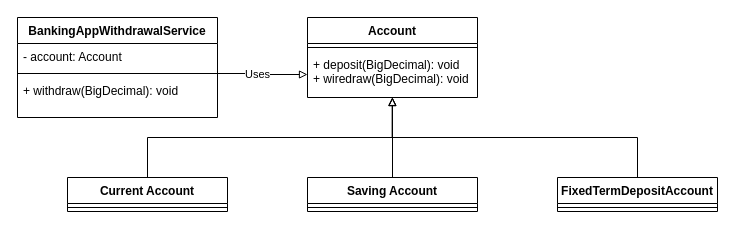
Before: page "LSP - before 2" (6 of 7) of diagrams/solid-diagrams.drawio in mauriciogeneroso/solid-principles, a draw.io diagram. Source tidied: cells renumbered, new cells numbered last; positions are measured from the earlier drawing's top-left corner, leaving out a move shared by most shapes. Both pictures are drawn from the tidied source at 100%, with x=0, y=0 at pixel (17, 17).
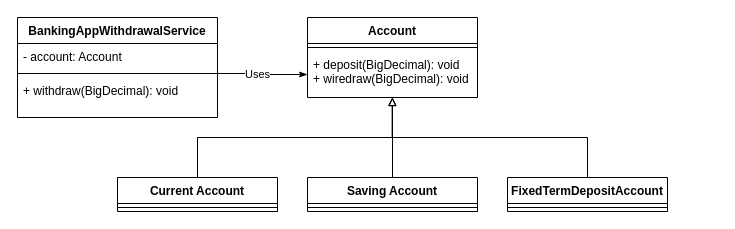
After the change.

The change refers to these unchanged cells:
```xml
<mxCell id="4" value="+ deposit(BigDecimal): void&#10;+ wiredraw(BigDecimal): void" style="text;strokeColor=none;fillColor=none;align=left;verticalAlign=top;spacingLeft=4;spacingRight=4;overflow=hidden;points=[[0,0.5],[1,0.5]];portConstraint=eastwest;" parent="2" vertex="1">
  <mxGeometry y="34" width="170" height="46" as="geometry" />
</mxCell>
<mxCell id="13" style="line;strokeWidth=1;fillColor=none;align=left;verticalAlign=middle;spacingTop=-1;spacingLeft=3;spacingRight=3;labelPosition=right;points=[];portConstraint=eastwest;" parent="11" vertex="1">
  <mxGeometry y="52" width="200" height="8" as="geometry" />
</mxCell>
```

The edit, as a diff of the source:
```diff
@@
     <mxCell id="6" value="Current Account" style="swimlane;fontStyle=1;align=center;verticalAlign=top;horizontal=1;startSize=26;" parent="1" vertex="1">
-      <mxGeometry x="50" y="160" width="160" height="34" as="geometry" />
+      <mxGeometry x="100" y="160" width="160" height="34" as="geometry" />
     </mxCell>
@@
-    <mxCell id="15" style="edgeStyle=orthogonalEdgeStyle;rounded=0;jettySize=auto;html=1;entryX=0;entryY=0.5;entryDx=0;entryDy=0;endArrow=block;endFill=0;strokeColor=default;" parent="1" edge="1" source="13" target="4">
+    <mxCell id="15" style="edgeStyle=orthogonalEdgeStyle;rounded=0;jettySize=auto;html=1;entryX=0;entryY=0.5;entryDx=0;entryDy=0;endArrow=classicThin;endFill=1;strokeColor=default;" parent="1" edge="1" source="13" target="4">
       <mxGeometry relative="1" as="geometry" />
     </mxCell>
@@
     <mxCell id="18" value="FixedTermDepositAccount" style="swimlane;fontStyle=1;align=center;verticalAlign=top;horizontal=1;startSize=26;" parent="1" vertex="1">
-      <mxGeometry x="540" y="160" width="160" height="34" as="geometry" />
+      <mxGeometry x="490" y="160" width="160" height="34" as="geometry" />
     </mxCell>
```
